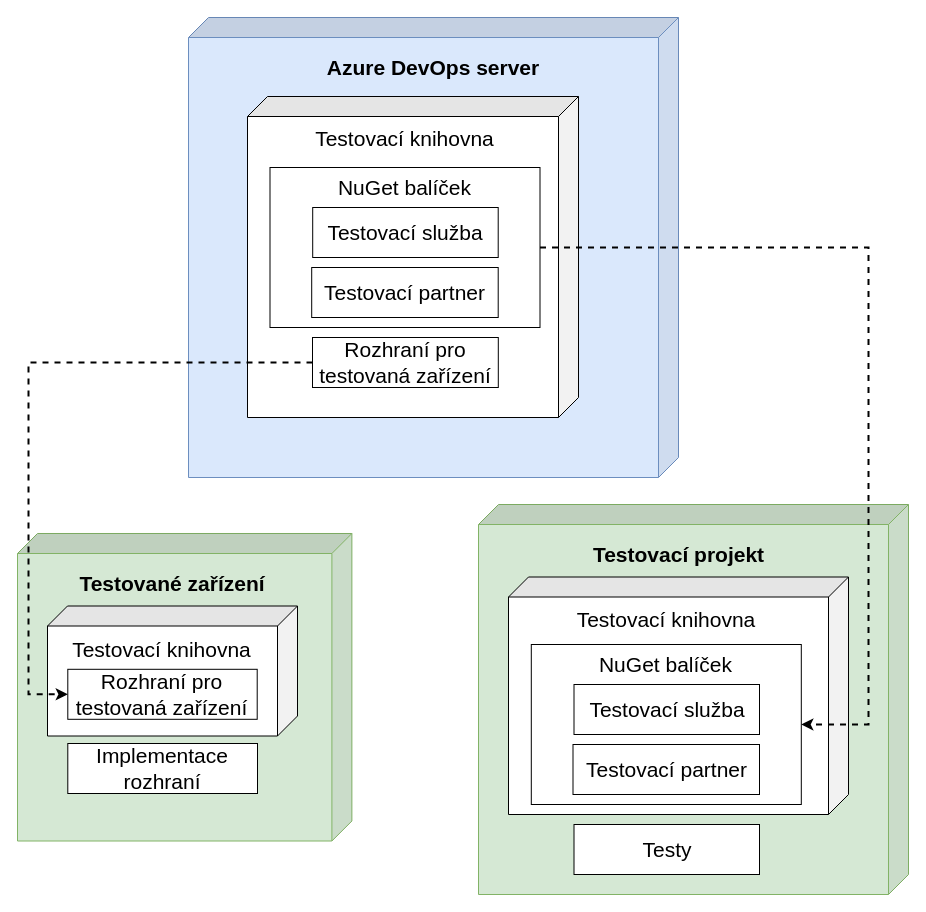
Before: assets/img/src/deploymentmodel.drawio in wheeeper/bachelors-thesis, a draw.io diagram. Source tidied: cells renumbered, new cells numbered last; positions are measured from the earlier drawing's top-left corner, leaving out a move shared by most shapes. Both pictures are drawn from the tidied source at 100%, with x=0, y=0 at pixel (17, 17).
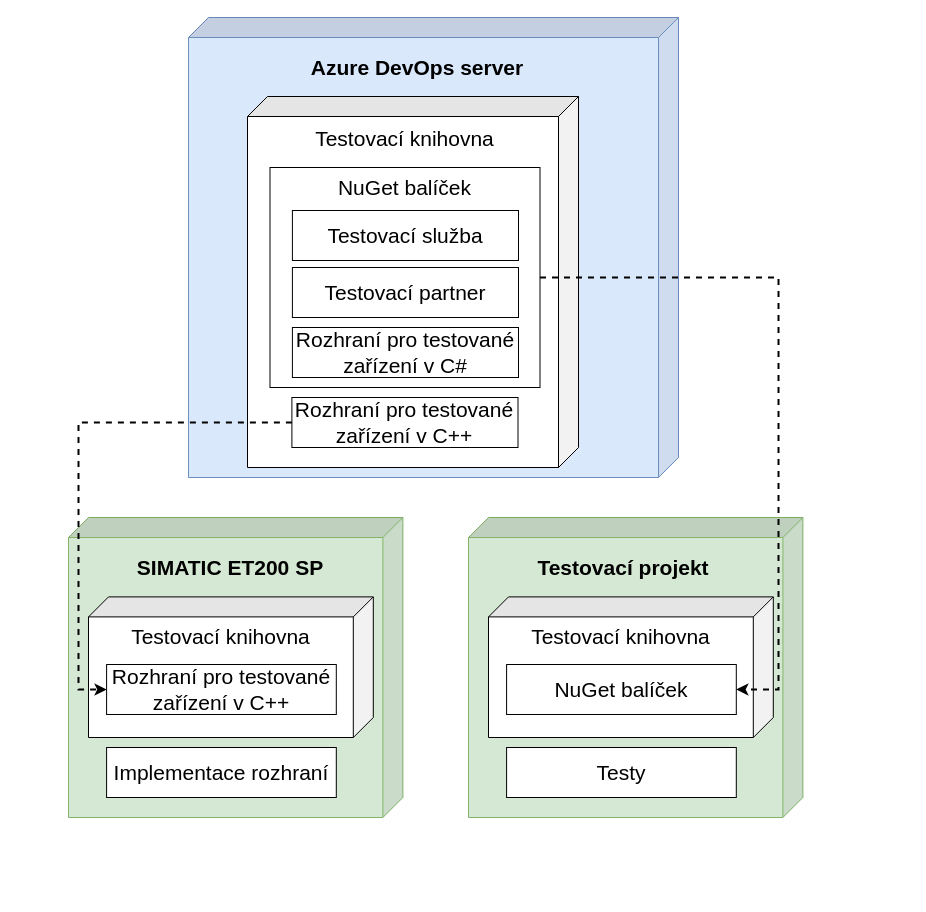
Above is the later version.

The edit, as a diff of the source:
```diff
@@
+    <mxCell id="30" style="shape=cube;whiteSpace=wrap;html=1;boundedLbl=1;backgroundOutline=1;darkOpacity=0.05;darkOpacity2=0.1;direction=south;fillColor=#d5e8d4;strokeColor=#82b366;fontSize=21;" parent="1" vertex="1">
+      <mxGeometry x="451" y="500" width="334.4" height="300" as="geometry" />
+    </mxCell>
+    <mxCell id="10" value="&lt;span style=&quot;font-weight: 700&quot;&gt;Testovací projekt&lt;/span&gt;" style="text;html=1;strokeColor=none;fillColor=none;align=center;verticalAlign=middle;whiteSpace=wrap;rounded=0;fontSize=21;" parent="1" vertex="1">
+      <mxGeometry x="489.1" y="540" width="233.9" height="20" as="geometry" />
+    </mxCell>
+    <mxCell id="31" style="shape=cube;whiteSpace=wrap;html=1;boundedLbl=1;backgroundOutline=1;darkOpacity=0.05;darkOpacity2=0.1;direction=south;fontSize=21;" parent="1" vertex="1">
+      <mxGeometry x="471" y="579.4" width="284.8" height="140.6" as="geometry" />
+    </mxCell>
+    <mxCell id="27" value="NuGet balíček" style="rounded=0;whiteSpace=wrap;html=1;fontSize=21;" parent="1" vertex="1">
+      <mxGeometry x="489.1" y="647" width="229.7" height="50" as="geometry" />
+    </mxCell>
+    <mxCell id="15" value="Testovací knihovna" style="text;html=1;strokeColor=none;fillColor=none;align=center;verticalAlign=middle;whiteSpace=wrap;rounded=0;fontSize=21;" parent="1" vertex="1">
+      <mxGeometry x="509.4" y="608.8" width="189" height="20" as="geometry" />
+    </mxCell>
@@
     <mxCell id="3" style="shape=cube;whiteSpace=wrap;html=1;boundedLbl=1;backgroundOutline=1;darkOpacity=0.05;darkOpacity2=0.1;direction=south;fontSize=21;" parent="1" vertex="1">
-      <mxGeometry x="230" y="79" width="331" height="321" as="geometry" />
+      <mxGeometry x="230" y="79" width="331" height="371" as="geometry" />
     </mxCell>
     <mxCell id="4" style="rounded=0;whiteSpace=wrap;html=1;" parent="1" vertex="1">
-      <mxGeometry x="252.5" y="150" width="270" height="160" as="geometry" />
+      <mxGeometry x="252.5" y="150" width="270" height="220" as="geometry" />
     </mxCell>
     <mxCell id="5" style="shape=cube;whiteSpace=wrap;html=1;boundedLbl=1;backgroundOutline=1;darkOpacity=0.05;darkOpacity2=0.1;direction=south;fillColor=#d5e8d4;strokeColor=#82b366;fontSize=21;" parent="1" vertex="1">
-      <mxGeometry y="516" width="334.4" height="307.5" as="geometry" />
+      <mxGeometry x="51" y="500" width="334.4" height="300" as="geometry" />
     </mxCell>
-    <mxCell id="6" value="&lt;b style=&quot;font-size: 21px&quot;&gt;Testované zařízení&lt;/b&gt;" style="text;html=1;strokeColor=none;fillColor=none;align=center;verticalAlign=middle;whiteSpace=wrap;rounded=0;fontSize=21;" parent="1" vertex="1">
-      <mxGeometry x="38.1" y="556" width="233.9" height="20" as="geometry" />
+    <mxCell id="6" value="&lt;b style=&quot;font-size: 21px&quot;&gt;SIMATIC ET200 SP&lt;/b&gt;" style="text;html=1;strokeColor=none;fillColor=none;align=center;verticalAlign=middle;whiteSpace=wrap;rounded=0;fontSize=21;" parent="1" vertex="1">
+      <mxGeometry x="96.4" y="540" width="233.9" height="20" as="geometry" />
     </mxCell>
     <mxCell id="7" value="Azure DevOps server" style="text;html=1;strokeColor=none;fillColor=none;align=center;verticalAlign=middle;whiteSpace=wrap;rounded=0;fontStyle=1;fontSize=21;" parent="1" vertex="1">
-      <mxGeometry x="293" y="40" width="246" height="20" as="geometry" />
+      <mxGeometry x="276.5" y="40" width="246" height="20" as="geometry" />
     </mxCell>
@@
-    <mxCell id="9" style="shape=cube;whiteSpace=wrap;html=1;boundedLbl=1;backgroundOutline=1;darkOpacity=0.05;darkOpacity2=0.1;direction=south;fillColor=#d5e8d4;strokeColor=#82b366;fontSize=21;" parent="1" vertex="1">
-      <mxGeometry x="461" y="487" width="430" height="390" as="geometry" />
-    </mxCell>
-    <mxCell id="10" value="Testovací projekt" style="text;html=1;strokeColor=none;fillColor=none;align=center;verticalAlign=middle;whiteSpace=wrap;rounded=0;fontStyle=1;fontSize=21;" parent="1" vertex="1">
-      <mxGeometry x="573.5" y="527" width="175" height="20" as="geometry" />
-    </mxCell>
     <mxCell id="11" value="Testovací služba" style="rounded=0;whiteSpace=wrap;html=1;fontSize=21;" parent="1" vertex="1">
-      <mxGeometry x="295.2" y="190" width="185.5" height="50" as="geometry" />
+      <mxGeometry x="274.9" y="193" width="226.1" height="50" as="geometry" />
     </mxCell>
-    <mxCell id="12" value="Rozhraní pro testovaná zařízení" style="rounded=0;whiteSpace=wrap;html=1;fontSize=21;" parent="1" vertex="1">
-      <mxGeometry x="295" y="320" width="185.8" height="50" as="geometry" />
+    <mxCell id="12" value="Rozhraní pro testované zařízení v C++" style="rounded=0;whiteSpace=wrap;html=1;fontSize=21;" parent="1" vertex="1">
+      <mxGeometry x="274.4" y="380" width="226.1" height="50" as="geometry" />
     </mxCell>
     <mxCell id="13" value="Testovací partner" style="rounded=0;whiteSpace=wrap;html=1;fontSize=21;" parent="1" vertex="1">
-      <mxGeometry x="294.2" y="250" width="186.5" height="50" as="geometry" />
+      <mxGeometry x="274.9" y="250" width="226.1" height="50" as="geometry" />
     </mxCell>
-    <mxCell id="14" style="shape=cube;whiteSpace=wrap;html=1;boundedLbl=1;backgroundOutline=1;darkOpacity=0.05;darkOpacity2=0.1;direction=south;fontSize=21;" parent="1" vertex="1">
-      <mxGeometry x="491" y="559.5" width="340" height="237.5" as="geometry" />
-    </mxCell>
-    <mxCell id="15" value="Testovací knihovna" style="text;html=1;strokeColor=none;fillColor=none;align=center;verticalAlign=middle;whiteSpace=wrap;rounded=0;fontSize=21;" parent="1" vertex="1">
-      <mxGeometry x="557.6" y="592" width="182.2" height="20" as="geometry" />
-    </mxCell>
     <mxCell id="16" style="shape=cube;whiteSpace=wrap;html=1;boundedLbl=1;backgroundOutline=1;darkOpacity=0.05;darkOpacity2=0.1;direction=south;fontSize=21;" parent="1" vertex="1">
-      <mxGeometry x="30" y="588.5" width="250" height="130" as="geometry" />
+      <mxGeometry x="71" y="579.4" width="284.8" height="140.6" as="geometry" />
     </mxCell>
-    <mxCell id="17" value="Rozhraní pro testovaná zařízení" style="rounded=0;whiteSpace=wrap;html=1;fontSize=21;" parent="1" vertex="1">
-      <mxGeometry x="50.3" y="651.8" width="189.4" height="50" as="geometry" />
+    <mxCell id="17" value="Rozhraní pro testované zařízení v C++" style="rounded=0;whiteSpace=wrap;html=1;fontSize=21;" parent="1" vertex="1">
+      <mxGeometry x="89.1" y="647" width="229.7" height="50" as="geometry" />
     </mxCell>
-    <mxCell id="18" value="&lt;div&gt;Implementace rozhraní&lt;/div&gt;" style="rounded=0;whiteSpace=wrap;html=1;fontSize=21;align=center;" parent="1" vertex="1">
-      <mxGeometry x="50.3" y="726" width="189.7" height="50" as="geometry" />
-    </mxCell>
@@
     <mxCell id="20" style="edgeStyle=orthogonalEdgeStyle;rounded=0;orthogonalLoop=1;jettySize=auto;html=1;exitX=0.5;exitY=1;exitDx=0;exitDy=0;fontSize=21;" parent="1" edge="1">
       <mxGeometry relative="1" as="geometry">
-        <mxPoint x="653.8" y="622.8" as="sourcePoint" />
-        <mxPoint x="653.8" y="622.8" as="targetPoint" />
+        <mxPoint x="590.8" y="635.8" as="sourcePoint" />
+        <mxPoint x="590.8" y="635.8" as="targetPoint" />
       </mxGeometry>
     </mxCell>
     <mxCell id="21" value="Testovací knihovna" style="text;html=1;strokeColor=none;fillColor=none;align=center;verticalAlign=middle;whiteSpace=wrap;rounded=0;fontSize=21;" parent="1" vertex="1">
-      <mxGeometry x="50.3" y="622" width="189" height="20" as="geometry" />
+      <mxGeometry x="109.4" y="608.8" width="189" height="20" as="geometry" />
     </mxCell>
-    <mxCell id="22" value="Testy" style="rounded=0;whiteSpace=wrap;html=1;fontSize=21;" parent="1" vertex="1">
-      <mxGeometry x="556.5" y="807" width="185.5" height="50" as="geometry" />
-    </mxCell>
@@
-    <mxCell id="24" style="rounded=0;whiteSpace=wrap;html=1;" parent="1" vertex="1">
-      <mxGeometry x="513.8" y="627" width="270" height="160" as="geometry" />
-    </mxCell>
-    <mxCell id="25" value="Testovací služba" style="rounded=0;whiteSpace=wrap;html=1;fontSize=21;" parent="1" vertex="1">
-      <mxGeometry x="556.5" y="667" width="185.5" height="50" as="geometry" />
-    </mxCell>
-    <mxCell id="26" value="Testovací partner" style="rounded=0;whiteSpace=wrap;html=1;fontSize=21;" parent="1" vertex="1">
-      <mxGeometry x="555.5" y="727" width="186.5" height="50" as="geometry" />
-    </mxCell>
-    <mxCell id="27" value="NuGet balíček" style="text;html=1;strokeColor=none;fillColor=none;align=center;verticalAlign=middle;whiteSpace=wrap;rounded=0;fontSize=21;" parent="1" vertex="1">
-      <mxGeometry x="554.3" y="637" width="189" height="20" as="geometry" />
-    </mxCell>
-    <mxCell id="28" style="endArrow=classic;html=1;exitX=1;exitY=0.5;exitDx=0;exitDy=0;entryX=1;entryY=0.5;entryDx=0;entryDy=0;dashed=1;strokeWidth=2;rounded=0;" parent="1" edge="1" source="4" target="24">
+    <mxCell id="28" style="endArrow=classic;html=1;dashed=1;strokeWidth=2;rounded=0;exitX=1;exitY=0.5;exitDx=0;exitDy=0;entryX=1;entryY=0.5;entryDx=0;entryDy=0;" parent="1" edge="1" source="4" target="27">
       <mxGeometry relative="1" as="geometry">
         <Array as="points">
-          <mxPoint x="851" y="230" />
-          <mxPoint x="851" y="707" />
+          <mxPoint x="761" y="260" />
+          <mxPoint x="761" y="672" />
         </Array>
       </mxGeometry>
     </mxCell>
-    <mxCell id="29" style="edgeStyle=orthogonalEdgeStyle;rounded=0;jettySize=auto;html=1;entryX=0;entryY=0.5;entryDx=0;entryDy=0;dashed=1;strokeWidth=2;" parent="1" edge="1" source="12" target="17">
+    <mxCell id="29" style="edgeStyle=orthogonalEdgeStyle;rounded=0;jettySize=auto;html=1;entryX=0;entryY=0.5;entryDx=0;entryDy=0;dashed=1;strokeWidth=2;exitX=0;exitY=0.5;exitDx=0;exitDy=0;" parent="1" edge="1" source="12" target="17">
       <mxGeometry relative="1" as="geometry">
         <Array as="points">
-          <mxPoint x="11" y="345" />
-          <mxPoint x="11" y="677" />
+          <mxPoint x="61" y="405" />
+          <mxPoint x="61" y="672" />
         </Array>
       </mxGeometry>
     </mxCell>
+    <mxCell id="32" value="Rozhraní pro testované zařízení v C#" style="rounded=0;whiteSpace=wrap;html=1;fontSize=21;" parent="1" vertex="1">
+      <mxGeometry x="274.9" y="310" width="226.1" height="50" as="geometry" />
+    </mxCell>
+    <mxCell id="22" value="Testy" style="rounded=0;whiteSpace=wrap;html=1;fontSize=21;" parent="1" vertex="1">
+      <mxGeometry x="489.1" y="730" width="229.7" height="50" as="geometry" />
+    </mxCell>
+    <mxCell id="18" value="Implementace rozhraní" style="rounded=0;whiteSpace=wrap;html=1;fontSize=21;" parent="1" vertex="1">
+      <mxGeometry x="89.1" y="730" width="229.7" height="50" as="geometry" />
+    </mxCell>
```
